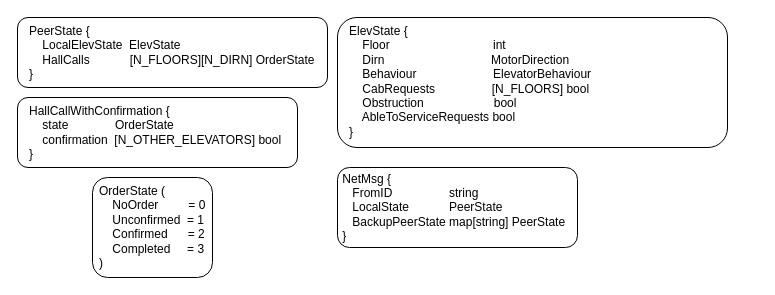
MathiasSagerup/Sanntid keeps this draw.io diagram as Diagrammer/DataTypes.drawio. Above is the earlier version. Source tidied: cells renumbered, new cells numbered last; positions are measured from the earlier drawing's top-left corner, leaving out a move shared by most shapes. Both pictures are drawn from the tidied source at 100%, with x=0, y=0 at pixel (17, 17).
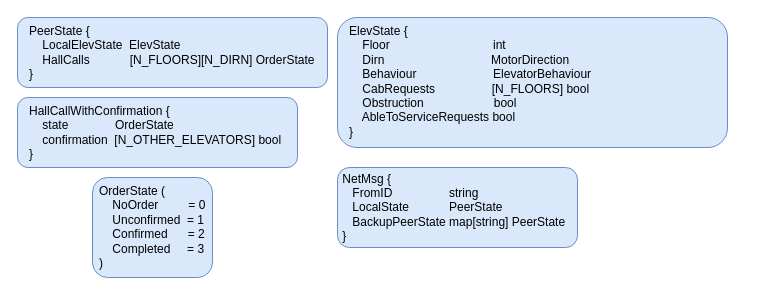
The same diagram, later.

The edit, as a diff of the source:
```diff
@@
 <mxGraphModel>
   <root>
     <mxCell id="0" />
     <mxCell id="1" parent="0" />
-    <mxCell id="2" style="rounded=1;whiteSpace=wrap;html=1;" parent="1" vertex="1">
+    <mxCell id="2" style="rounded=1;whiteSpace=wrap;html=1;fillColor=#dae8fc;strokeColor=#6c8ebf;" parent="1" vertex="1">
       <mxGeometry width="310" height="70" as="geometry" />
     </mxCell>
-    <mxCell id="3" style="rounded=1;whiteSpace=wrap;html=1;" parent="1" vertex="1">
+    <mxCell id="3" style="rounded=1;whiteSpace=wrap;html=1;fillColor=#dae8fc;strokeColor=#6c8ebf;" parent="1" vertex="1">
       <mxGeometry x="320" width="390" height="130" as="geometry" />
     </mxCell>
-    <mxCell id="4" style="rounded=1;whiteSpace=wrap;html=1;" parent="1" vertex="1">
+    <mxCell id="4" style="rounded=1;whiteSpace=wrap;html=1;fillColor=#dae8fc;strokeColor=#6c8ebf;" parent="1" vertex="1">
       <mxGeometry y="80" width="280" height="70" as="geometry" />
     </mxCell>
-    <mxCell id="5" value="&amp;nbsp;NetMsg {&lt;br&gt;&amp;nbsp; &amp;nbsp; FromID&amp;nbsp; &amp;nbsp; &amp;nbsp; &amp;nbsp; &amp;nbsp; &lt;span style=&quot;white-space: pre;&quot;&gt;&#9;&lt;/span&gt;&amp;nbsp;string&lt;br&gt;&amp;nbsp; &amp;nbsp; LocalState&amp;nbsp; &amp;nbsp; &amp;nbsp; &lt;span style=&quot;white-space: pre;&quot;&gt;&#9;&lt;/span&gt;&amp;nbsp;PeerState&lt;br&gt;&amp;nbsp; &amp;nbsp; BackupPeerState map[string] PeerState&lt;br&gt;&amp;nbsp;}" style="rounded=1;whiteSpace=wrap;html=1;align=left;" parent="1" vertex="1">
+    <mxCell id="5" value="&amp;nbsp;NetMsg {&lt;br&gt;&amp;nbsp; &amp;nbsp; FromID&amp;nbsp; &amp;nbsp; &amp;nbsp; &amp;nbsp; &amp;nbsp; &lt;span style=&quot;white-space: pre;&quot;&gt;&#9;&lt;/span&gt;&amp;nbsp;string&lt;br&gt;&amp;nbsp; &amp;nbsp; LocalState&amp;nbsp; &amp;nbsp; &amp;nbsp; &lt;span style=&quot;white-space: pre;&quot;&gt;&#9;&lt;/span&gt;&amp;nbsp;PeerState&lt;br&gt;&amp;nbsp; &amp;nbsp; BackupPeerState map[string] PeerState&lt;br&gt;&amp;nbsp;}" style="rounded=1;whiteSpace=wrap;html=1;align=left;fillColor=#dae8fc;strokeColor=#6c8ebf;" parent="1" vertex="1">
       <mxGeometry x="320" y="150" width="240" height="80" as="geometry" />
     </mxCell>
     <mxCell id="6" value="&lt;div&gt;PeerState {&lt;/div&gt;&lt;div&gt;&amp;nbsp; &amp;nbsp; LocalElevState&amp;nbsp; ElevState&lt;/div&gt;&lt;div&gt;&amp;nbsp; &amp;nbsp; HallCalls&amp;nbsp; &amp;nbsp; &amp;nbsp; &amp;nbsp; &amp;nbsp; &amp;nbsp; [N_FLOORS][N_DIRN] OrderState&lt;/div&gt;&lt;div&gt;}&lt;/div&gt;" style="text;html=1;whiteSpace=wrap;strokeColor=none;fillColor=none;align=left;verticalAlign=middle;rounded=0;" parent="1" vertex="1">
       <mxGeometry x="10" width="300" height="70" as="geometry" />
     </mxCell>
     <mxCell id="7" value="ElevState {&#10;    Floor                               int&#10;    Dirn                                MotorDirection     &#10;    Behaviour                       ElevatorBehaviour     &#10;    CabRequests                 [N_FLOORS] bool&#10;    Obstruction                     bool&#10;    AbleToServiceRequests bool&#10;}" style="text;whiteSpace=wrap;" parent="1" vertex="1">
       <mxGeometry x="330" width="410" height="140" as="geometry" />
     </mxCell>
     <mxCell id="8" value="HallCallWithConfirmation {&#10;    state              OrderState          &#10;    confirmation  [N_OTHER_ELEVATORS] bool&#10;}&#10;" style="text;whiteSpace=wrap;" parent="1" vertex="1">
       <mxGeometry x="10" y="80" width="280" height="80" as="geometry" />
     </mxCell>
-    <mxCell id="9" style="rounded=1;whiteSpace=wrap;html=1;" parent="1" vertex="1">
+    <mxCell id="9" style="rounded=1;whiteSpace=wrap;html=1;fillColor=#dae8fc;strokeColor=#6c8ebf;" parent="1" vertex="1">
       <mxGeometry x="75" y="160" width="120" height="100" as="geometry" />
     </mxCell>
     <mxCell id="10" value="OrderState (&#10;    NoOrder         = 0&#10;    Unconfirmed  = 1&#10;    Confirmed      = 2&#10;    Completed     = 3&#10;)" style="text;whiteSpace=wrap;" parent="1" vertex="1">
       <mxGeometry x="80" y="160" width="120" height="95" as="geometry" />
     </mxCell>
   </root>
 </mxGraphModel>
```
